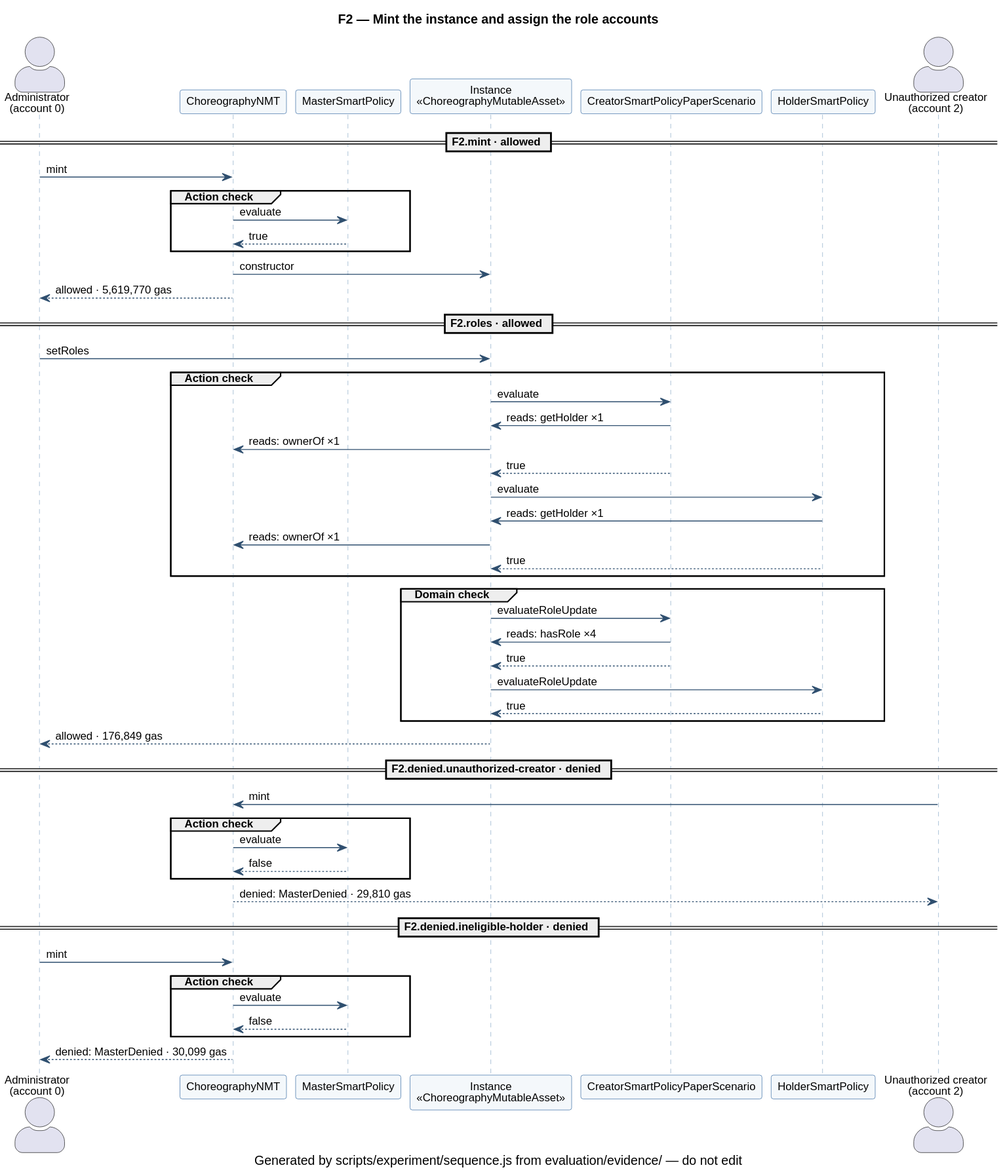
This is evaluation/evidence/uml/F2.svg from d0na/ChorNMT, a PlantUML export, as it was before one commit. Source of this version:
```plantuml
@startuml
skinparam shadowing false
skinparam defaultFontName Helvetica
skinparam defaultFontSize 12
skinparam actorStyle awesome
skinparam packageStyle rectangle
skinparam usecase {
  BackgroundColor #F4F8FB
  BorderColor #3A6EA5
}
skinparam sequence {
  ParticipantBackgroundColor #F4F8FB
  ParticipantBorderColor #3A6EA5
  LifeLineBorderColor #8AA9C8
  ArrowColor #2F4F6F
}
skinparam note {
  BackgroundColor #FFF8DC
  BorderColor #C9A227
}
title F2 — Mint the instance and assign the role accounts
caption Generated by scripts/experiment/sequence.js from evaluation/evidence/ — do not edit
actor "Administrator\n(account 0)" as A0
participant "ChoreographyNMT" as C5
participant "MasterSmartPolicy" as C0
participant "Instance\n<<ChoreographyMutableAsset>>" as C15
participant "CreatorSmartPolicyPaperScenario" as C14
participant "HolderSmartPolicy" as C2
actor "Unauthorized creator\n(account 2)" as A2
== F2.mint · allowed ==
A0 -> C5 : mint
group Action check
C5 -> C0 : evaluate
C0 --> C5 : true
end
C5 -> C15 : constructor
C5 --> A0 : allowed · 5,619,770 gas
== F2.roles · allowed ==
A0 -> C15 : setRoles
group Action check
C15 -> C14 : evaluate
C14 -> C15 : reads: getHolder ×1
C15 -> C5 : reads: ownerOf ×1
C14 --> C15 : true
C15 -> C2 : evaluate
C2 -> C15 : reads: getHolder ×1
C15 -> C5 : reads: ownerOf ×1
C2 --> C15 : true
end
group Domain check
C15 -> C14 : evaluateRoleUpdate
C14 -> C15 : reads: hasRole ×4
C14 --> C15 : true
C15 -> C2 : evaluateRoleUpdate
C2 --> C15 : true
end
C15 --> A0 : allowed · 176,849 gas
== F2.denied.unauthorized-creator · denied ==
A2 -> C5 : mint
group Action check
C5 -> C0 : evaluate
C0 --> C5 : false
end
C5 --> A2 : denied: MasterDenied · 29,810 gas
== F2.denied.ineligible-holder · denied ==
A0 -> C5 : mint
group Action check
C5 -> C0 : evaluate
C0 --> C5 : false
end
C5 --> A0 : denied: MasterDenied · 30,099 gas
@enduml
```
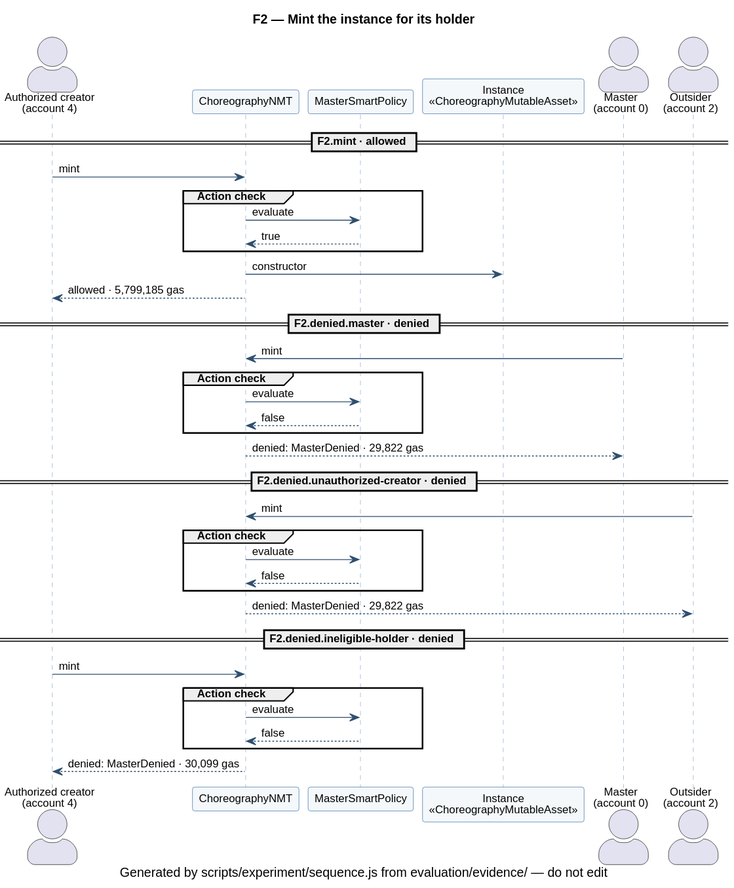
The same file after the commit.

What changed in the source:
```diff
@@ -18,55 +18,41 @@
   BackgroundColor #FFF8DC
   BorderColor #C9A227
 }
-title F2 — Mint the instance and assign the role accounts
+title F2 — Mint the instance for its holder
 caption Generated by scripts/experiment/sequence.js from evaluation/evidence/ — do not edit
-actor "Administrator\n(account 0)" as A0
+actor "Authorized creator\n(account 4)" as A4
 participant "ChoreographyNMT" as C5
 participant "MasterSmartPolicy" as C0
-participant "Instance\n<<ChoreographyMutableAsset>>" as C15
-participant "CreatorSmartPolicyPaperScenario" as C14
-participant "HolderSmartPolicy" as C2
-actor "Unauthorized creator\n(account 2)" as A2
+participant "Instance\n<<ChoreographyMutableAsset>>" as C26
+actor "Master\n(account 0)" as A0
+actor "Outsider\n(account 2)" as A2
 == F2.mint · allowed ==
-A0 -> C5 : mint
+A4 -> C5 : mint
 group Action check
 C5 -> C0 : evaluate
 C0 --> C5 : true
 end
-C5 -> C15 : constructor
-C5 --> A0 : allowed · 5,619,770 gas
-== F2.roles · allowed ==
-A0 -> C15 : setRoles
+C5 -> C26 : constructor
+C5 --> A4 : allowed · 5,799,185 gas
+== F2.denied.master · denied ==
+A0 -> C5 : mint
 group Action check
-C15 -> C14 : evaluate
-C14 -> C15 : reads: getHolder ×1
-C15 -> C5 : reads: ownerOf ×1
-C14 --> C15 : true
-C15 -> C2 : evaluate
-C2 -> C15 : reads: getHolder ×1
-C15 -> C5 : reads: ownerOf ×1
-C2 --> C15 : true
+C5 -> C0 : evaluate
+C0 --> C5 : false
 end
-group Domain check
-C15 -> C14 : evaluateRoleUpdate
-C14 -> C15 : reads: hasRole ×4
-C14 --> C15 : true
-C15 -> C2 : evaluateRoleUpdate
-C2 --> C15 : true
-end
-C15 --> A0 : allowed · 176,849 gas
+C5 --> A0 : denied: MasterDenied · 29,822 gas
 == F2.denied.unauthorized-creator · denied ==
 A2 -> C5 : mint
 group Action check
 C5 -> C0 : evaluate
 C0 --> C5 : false
 end
-C5 --> A2 : denied: MasterDenied · 29,810 gas
+C5 --> A2 : denied: MasterDenied · 29,822 gas
 == F2.denied.ineligible-holder · denied ==
-A0 -> C5 : mint
+A4 -> C5 : mint
 group Action check
 C5 -> C0 : evaluate
 C0 --> C5 : false
 end
-C5 --> A0 : denied: MasterDenied · 30,099 gas
+C5 --> A4 : denied: MasterDenied · 30,099 gas
 @enduml
```
